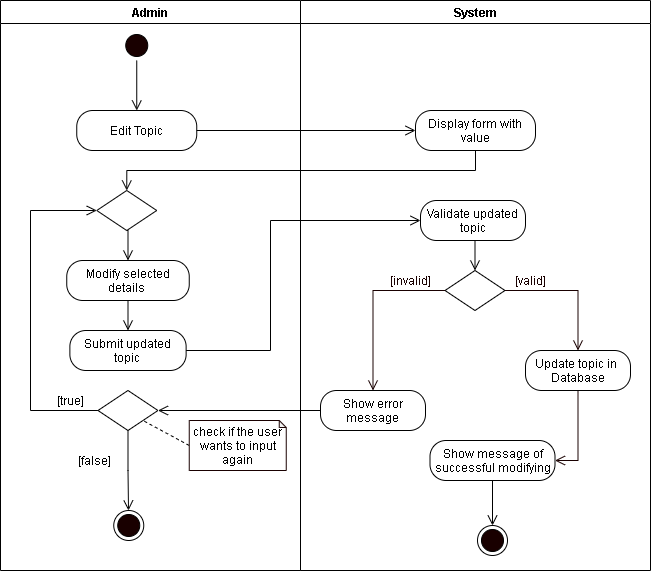
mrklglsn/CAPSTONE-FILES keeps this draw.io diagram as REVISIONS/UML-DIAGRAMS/6-9-2021/ACTIVITY DIAGRAM/17-Edit Topic.png. Above is the earlier version. Source tidied: cells renumbered, new cells last; positions are measured from the earlier drawing's top-left corner, leaving out a move shared by most shapes.
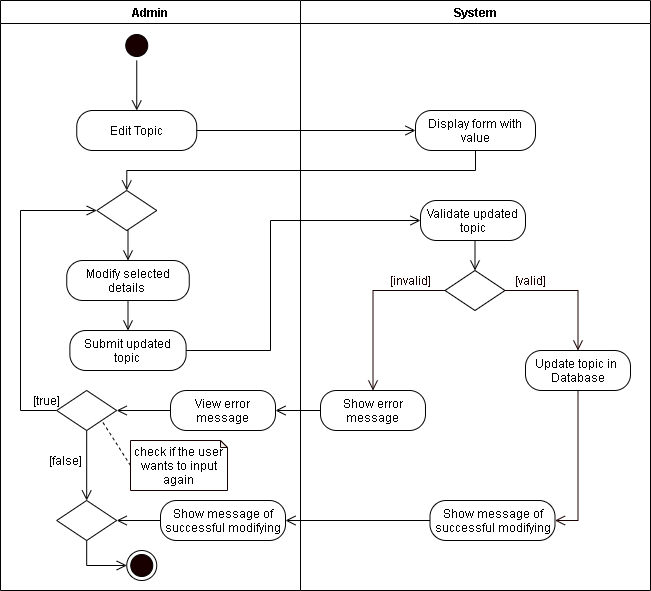
After the change.

Change to the diagram source:
```diff
@@ -3,7 +3,7 @@
     <mxCell id="0" />
     <mxCell id="1" parent="0" />
     <mxCell id="2" value="Admin" style="swimlane;startSize=23;" parent="1" vertex="1">
-      <mxGeometry width="300" height="570" as="geometry" />
+      <mxGeometry width="300" height="590" as="geometry" />
     </mxCell>
     <mxCell id="3" style="edgeStyle=orthogonalEdgeStyle;rounded=0;jettySize=auto;html=1;exitX=0.5;exitY=1;exitDx=0;exitDy=0;entryX=0.5;entryY=0;entryDx=0;entryDy=0;endArrow=open;endFill=0;endSize=8;" parent="2" edge="1" source="4">
       <mxGeometry relative="1" as="geometry">
@@ -34,36 +34,52 @@
     <mxCell id="11" style="edgeStyle=orthogonalEdgeStyle;rounded=0;jettySize=auto;html=1;exitX=0;exitY=0.5;exitDx=0;exitDy=0;entryX=0;entryY=0.5;entryDx=0;entryDy=0;endArrow=open;endFill=0;endSize=8;" parent="2" edge="1" source="13" target="10">
       <mxGeometry relative="1" as="geometry">
         <Array as="points">
-          <mxPoint x="30" y="410" />
-          <mxPoint x="30" y="210" />
+          <mxPoint x="20" y="410" />
+          <mxPoint x="20" y="210" />
         </Array>
       </mxGeometry>
     </mxCell>
-    <mxCell id="12" style="edgeStyle=orthogonalEdgeStyle;rounded=0;jettySize=auto;html=1;exitX=0.5;exitY=1;exitDx=0;exitDy=0;endArrow=open;endFill=0;endSize=8;startArrow=none;" parent="2" edge="1" source="13">
-      <mxGeometry relative="1" as="geometry">
-        <mxPoint x="128" y="510" as="targetPoint" />
-      </mxGeometry>
+    <mxCell id="12" style="edgeStyle=orthogonalEdgeStyle;rounded=0;jettySize=auto;html=1;exitX=0.5;exitY=1;exitDx=0;exitDy=0;endArrow=open;endFill=0;endSize=8;startArrow=none;" parent="2" edge="1" source="13" target="43">
+      <mxGeometry relative="1" as="geometry" />
     </mxCell>
     <mxCell id="13" style="rhombus;whiteSpace=wrap;html=1;" parent="2" vertex="1">
-      <mxGeometry x="97.5" y="390" width="60" height="40" as="geometry" />
+      <mxGeometry x="56.2" y="390" width="60" height="40" as="geometry" />
     </mxCell>
     <mxCell id="14" value="[true]" style="text;html=1;align=center;verticalAlign=middle;strokeColor=none;" parent="2" vertex="1">
-      <mxGeometry x="50" y="390" width="40" height="20" as="geometry" />
+      <mxGeometry x="26.2" y="390" width="40" height="20" as="geometry" />
     </mxCell>
     <mxCell id="15" style="rounded=0;jettySize=auto;html=1;exitX=0;exitY=0.5;exitDx=0;exitDy=0;exitPerimeter=0;entryX=1;entryY=1;entryDx=0;entryDy=0;endArrow=none;endFill=0;endSize=8;dashed=1;" parent="2" edge="1" source="16" target="13">
       <mxGeometry relative="1" as="geometry" />
     </mxCell>
     <mxCell id="16" value="check if the user wants to input again" style="shape=note;whiteSpace=wrap;html=1;backgroundOutline=1;darkOpacity=0.05;strokeColor=#190000;size=7;" parent="2" vertex="1">
-      <mxGeometry x="188.8" y="420" width="97" height="50" as="geometry" />
+      <mxGeometry x="130" y="440" width="97" height="50" as="geometry" />
     </mxCell>
     <mxCell id="17" value="[false]" style="text;html=1;align=center;verticalAlign=middle;strokeColor=none;" parent="2" vertex="1">
-      <mxGeometry x="69.4" y="450" width="50" height="20" as="geometry" />
+      <mxGeometry x="40" y="450" width="50" height="20" as="geometry" />
     </mxCell>
     <mxCell id="18" style="ellipse;html=1;shape=endState;fillColor=#190000;" parent="2" vertex="1">
-      <mxGeometry x="113.2" y="510" width="30" height="30" as="geometry" />
+      <mxGeometry x="126.2" y="550" width="30" height="30" as="geometry" />
     </mxCell>
+    <mxCell id="38" style="edgeStyle=orthogonalEdgeStyle;rounded=0;jettySize=auto;html=1;exitX=0;exitY=0.5;exitDx=0;exitDy=0;endArrow=open;endFill=0;endSize=8;" parent="2" edge="1" source="39" target="13">
+      <mxGeometry relative="1" as="geometry" />
+    </mxCell>
+    <mxCell id="39" value="View error message" style="rounded=1;whiteSpace=wrap;html=1;arcSize=40;" parent="2" vertex="1">
+      <mxGeometry x="170" y="390" width="105" height="40" as="geometry" />
+    </mxCell>
+    <mxCell id="40" style="edgeStyle=orthogonalEdgeStyle;rounded=0;jettySize=auto;html=1;exitX=0;exitY=0.5;exitDx=0;exitDy=0;entryX=1;entryY=0.5;entryDx=0;entryDy=0;endArrow=open;endFill=0;endSize=8;" parent="2" edge="1" source="41" target="43">
+      <mxGeometry relative="1" as="geometry" />
+    </mxCell>
+    <mxCell id="41" value="Show message of successful modifying" style="rounded=1;whiteSpace=wrap;html=1;arcSize=40;" parent="2" vertex="1">
+      <mxGeometry x="160" y="500" width="125" height="40" as="geometry" />
+    </mxCell>
+    <mxCell id="42" style="edgeStyle=orthogonalEdgeStyle;rounded=0;jettySize=auto;html=1;exitX=0.5;exitY=1;exitDx=0;exitDy=0;entryX=0;entryY=0.5;entryDx=0;entryDy=0;endArrow=open;endFill=0;endSize=8;" parent="2" edge="1" source="43" target="18">
+      <mxGeometry relative="1" as="geometry" />
+    </mxCell>
+    <mxCell id="43" style="rhombus;whiteSpace=wrap;html=1;" parent="2" vertex="1">
+      <mxGeometry x="56.2" y="500" width="60" height="40" as="geometry" />
+    </mxCell>
     <mxCell id="19" value="System" style="swimlane;" parent="1" vertex="1">
-      <mxGeometry x="300" width="350" height="570" as="geometry" />
+      <mxGeometry x="300" width="350" height="590" as="geometry" />
     </mxCell>
     <mxCell id="20" value="Validate updated topic" style="rounded=1;whiteSpace=wrap;html=1;arcSize=40;" parent="19" vertex="1">
       <mxGeometry x="120" y="200" width="105" height="40" as="geometry" />
@@ -95,18 +111,12 @@
     <mxCell id="29" style="edgeStyle=orthogonalEdgeStyle;rounded=0;jettySize=auto;html=1;exitX=1;exitY=0.5;exitDx=0;exitDy=0;fontColor=#FFFFFF;endArrow=open;endFill=0;endSize=8;strokeColor=#190000;entryX=0.5;entryY=0;entryDx=0;entryDy=0;" parent="19" edge="1" source="21" target="27">
       <mxGeometry relative="1" as="geometry" />
     </mxCell>
-    <mxCell id="30" style="edgeStyle=orthogonalEdgeStyle;rounded=0;jettySize=auto;html=1;exitX=0.5;exitY=1;exitDx=0;exitDy=0;entryX=0.5;entryY=0;entryDx=0;entryDy=0;endArrow=open;endFill=0;endSize=8;" parent="19" edge="1" source="31" target="33">
-      <mxGeometry relative="1" as="geometry" />
-    </mxCell>
     <mxCell id="31" value="Show message of successful modifying" style="rounded=1;whiteSpace=wrap;html=1;arcSize=40;" parent="19" vertex="1">
-      <mxGeometry x="129.5" y="440" width="125" height="40" as="geometry" />
+      <mxGeometry x="129.5" y="500" width="125" height="40" as="geometry" />
     </mxCell>
     <mxCell id="32" value="Display form with value" style="rounded=1;whiteSpace=wrap;html=1;arcSize=40;" parent="19" vertex="1">
       <mxGeometry x="115" y="110" width="120" height="40" as="geometry" />
     </mxCell>
-    <mxCell id="33" style="ellipse;html=1;shape=endState;fillColor=#190000;" parent="19" vertex="1">
-      <mxGeometry x="177" y="525" width="30" height="30" as="geometry" />
-    </mxCell>
     <mxCell id="34" style="edgeStyle=orthogonalEdgeStyle;rounded=0;jettySize=auto;html=1;exitX=1;exitY=0.5;exitDx=0;exitDy=0;endArrow=open;endFill=0;endSize=8;entryX=0;entryY=0.5;entryDx=0;entryDy=0;" parent="1" edge="1" source="5" target="32">
       <mxGeometry relative="1" as="geometry" />
     </mxCell>
@@ -121,8 +131,11 @@
         </Array>
       </mxGeometry>
     </mxCell>
-    <mxCell id="37" style="edgeStyle=orthogonalEdgeStyle;rounded=0;jettySize=auto;html=1;exitX=0;exitY=0.5;exitDx=0;exitDy=0;entryX=1;entryY=0.5;entryDx=0;entryDy=0;endArrow=open;endFill=0;endSize=8;" parent="1" edge="1" source="25" target="13">
-      <mxGeometry relative="1" as="geometry" />
-    </mxCell>
+    <mxCell id="44" style="edgeStyle=orthogonalEdgeStyle;rounded=0;jettySize=auto;html=1;exitX=0;exitY=0.5;exitDx=0;exitDy=0;entryX=1;entryY=0.5;entryDx=0;entryDy=0;endArrow=open;endFill=0;endSize=8;" parent="1" edge="1" source="25" target="39">
+      <mxGeometry relative="1" as="geometry" />
+    </mxCell>
+    <mxCell id="45" style="edgeStyle=orthogonalEdgeStyle;rounded=0;jettySize=auto;html=1;exitX=0;exitY=0.5;exitDx=0;exitDy=0;entryX=1;entryY=0.5;entryDx=0;entryDy=0;endArrow=open;endFill=0;endSize=8;" parent="1" edge="1" source="31" target="41">
+      <mxGeometry relative="1" as="geometry" />
+    </mxCell>
   </root>
 </mxGraphModel>
```
